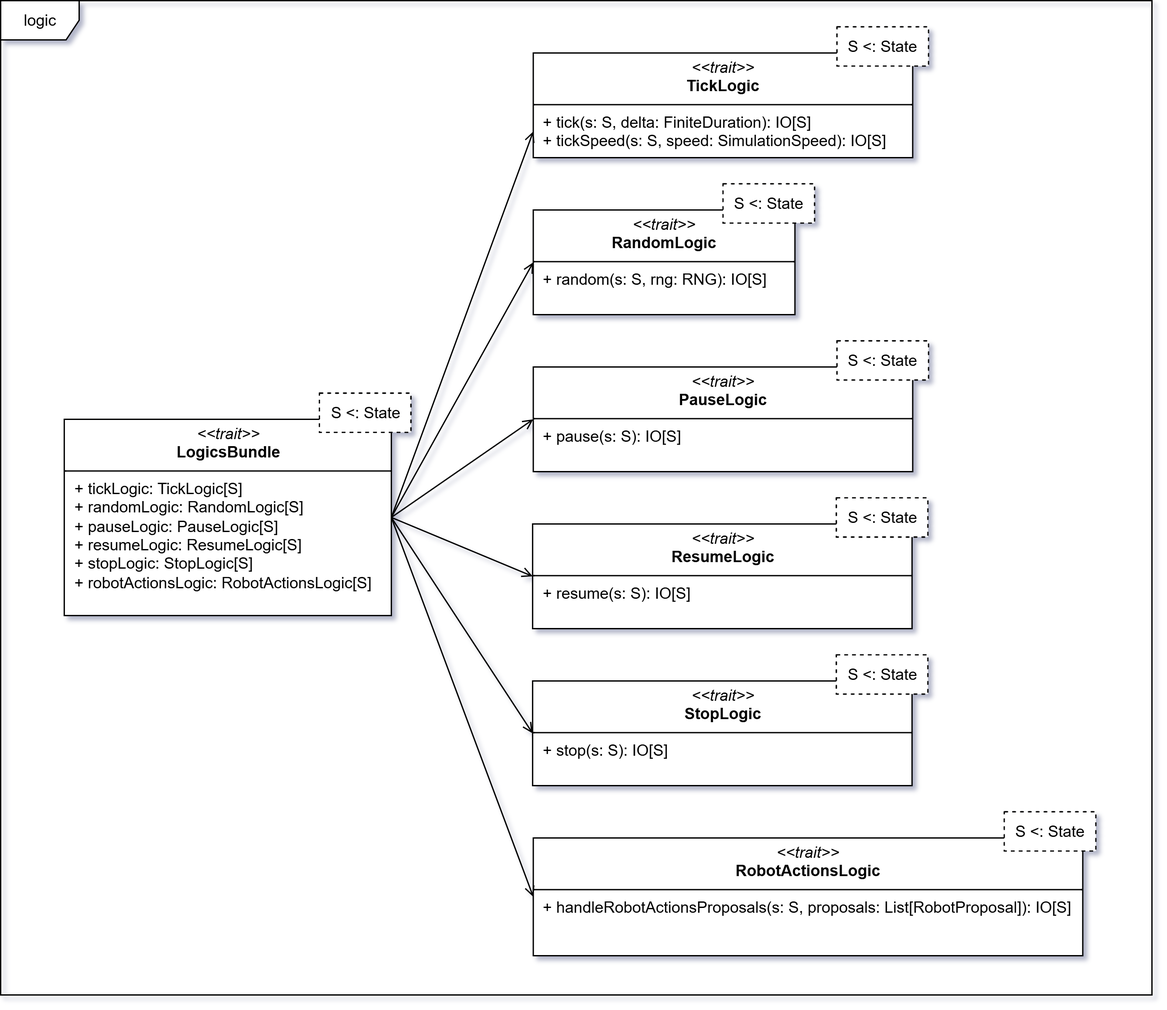
Scala-Robotics-Simulator/PPS-22-srs keeps this draw.io diagram as docs/static/img/04-detailed-design/logic.png. Above is the earlier version. Source tidied: cells renumbered, new cells last; positions are measured from the earlier drawing's top-left corner, leaving out a move shared by most shapes.
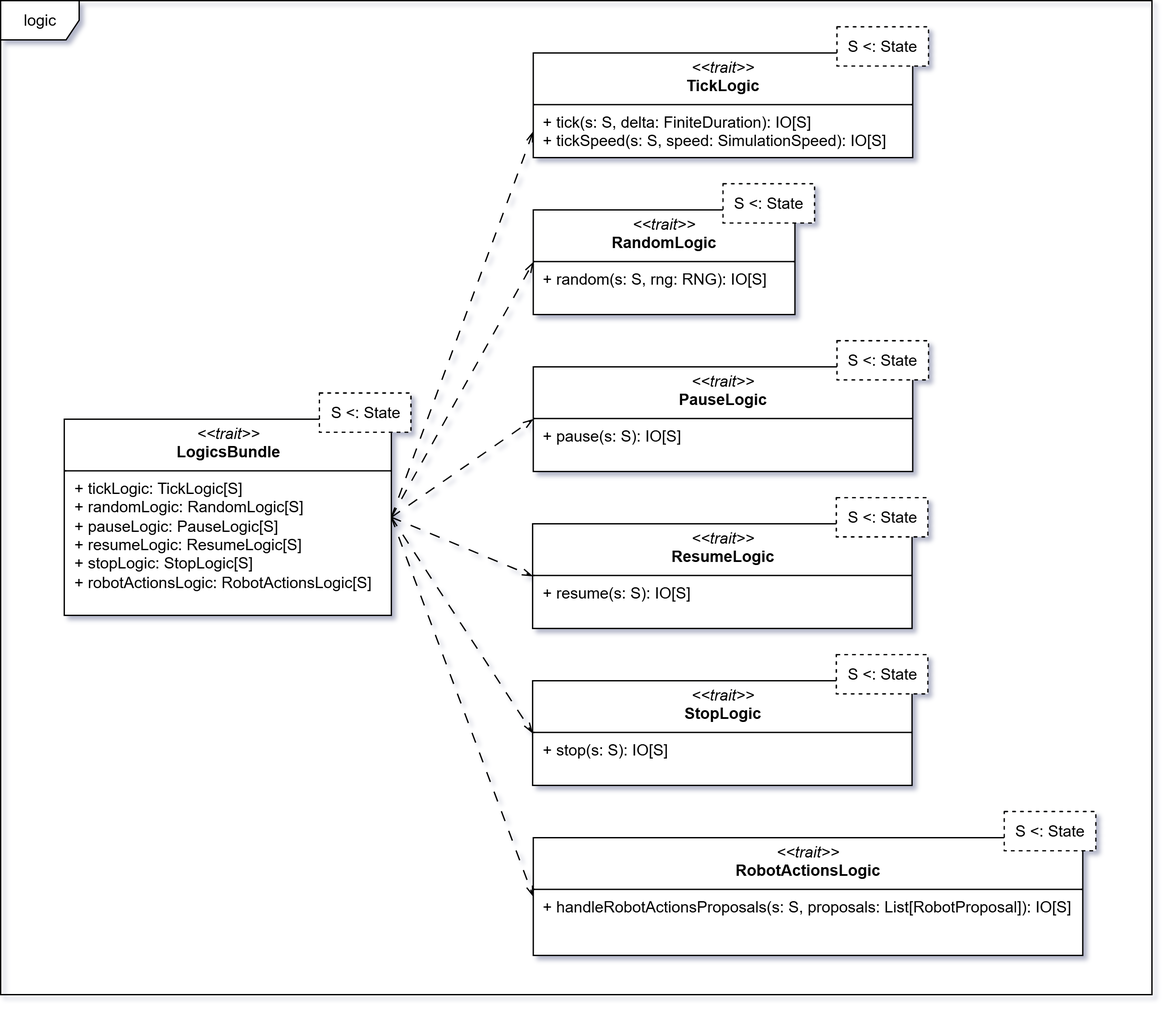
Later version of the same file.

The edit, as a diff of the source:
```diff
@@ -44,22 +44,22 @@
     <mxCell id="15" value="S &amp;lt;: State" style="rounded=0;whiteSpace=wrap;html=1;dashed=1;" parent="1" vertex="1">
       <mxGeometry x="767.1" y="620" width="70" height="30" as="geometry" />
     </mxCell>
-    <mxCell id="16" style="rounded=0;jettySize=auto;html=1;entryX=0;entryY=0.75;entryDx=0;entryDy=0;endArrow=open;endFill=0;exitX=1;exitY=0.5;exitDx=0;exitDy=0;" parent="1" edge="1" source="2" target="4">
+    <mxCell id="16" style="rounded=0;jettySize=auto;html=1;entryX=0;entryY=0.75;entryDx=0;entryDy=0;endArrow=openThin;endFill=0;exitX=1;exitY=0.5;exitDx=0;exitDy=0;dashed=1;dashPattern=8 8;" parent="1" edge="1" source="2" target="4">
       <mxGeometry relative="1" as="geometry" />
     </mxCell>
-    <mxCell id="17" style="rounded=0;jettySize=auto;html=1;entryX=0;entryY=0.5;entryDx=0;entryDy=0;endArrow=open;endFill=0;exitX=1;exitY=0.5;exitDx=0;exitDy=0;" parent="1" edge="1" source="2" target="6">
+    <mxCell id="17" style="rounded=0;jettySize=auto;html=1;entryX=0;entryY=0.5;entryDx=0;entryDy=0;endArrow=openThin;endFill=0;exitX=1;exitY=0.5;exitDx=0;exitDy=0;dashed=1;dashPattern=8 8;" parent="1" edge="1" source="2" target="6">
       <mxGeometry relative="1" as="geometry" />
     </mxCell>
-    <mxCell id="18" style="rounded=0;jettySize=auto;html=1;entryX=0;entryY=0.5;entryDx=0;entryDy=0;endArrow=open;endFill=0;exitX=1;exitY=0.5;exitDx=0;exitDy=0;" parent="1" edge="1" source="2" target="8">
+    <mxCell id="18" style="rounded=0;jettySize=auto;html=1;entryX=0;entryY=0.5;entryDx=0;entryDy=0;endArrow=openThin;endFill=0;exitX=1;exitY=0.5;exitDx=0;exitDy=0;dashed=1;dashPattern=8 8;" parent="1" edge="1" source="2" target="8">
       <mxGeometry relative="1" as="geometry" />
     </mxCell>
-    <mxCell id="19" style="rounded=0;jettySize=auto;html=1;entryX=0;entryY=0.5;entryDx=0;entryDy=0;endArrow=open;endFill=0;exitX=1;exitY=0.5;exitDx=0;exitDy=0;" parent="1" edge="1" source="2" target="10">
+    <mxCell id="19" style="rounded=0;jettySize=auto;html=1;entryX=0;entryY=0.5;entryDx=0;entryDy=0;endArrow=openThin;endFill=0;exitX=1;exitY=0.5;exitDx=0;exitDy=0;dashed=1;dashPattern=8 8;" parent="1" edge="1" source="2" target="10">
       <mxGeometry relative="1" as="geometry" />
     </mxCell>
-    <mxCell id="20" style="rounded=0;jettySize=auto;html=1;entryX=0;entryY=0.5;entryDx=0;entryDy=0;endArrow=open;endFill=0;exitX=1;exitY=0.5;exitDx=0;exitDy=0;" parent="1" edge="1" source="2" target="12">
+    <mxCell id="20" style="rounded=0;jettySize=auto;html=1;entryX=0;entryY=0.5;entryDx=0;entryDy=0;endArrow=openThin;endFill=0;exitX=1;exitY=0.5;exitDx=0;exitDy=0;dashed=1;dashPattern=8 8;" parent="1" edge="1" source="2" target="12">
       <mxGeometry relative="1" as="geometry" />
     </mxCell>
-    <mxCell id="21" style="rounded=0;jettySize=auto;html=1;entryX=0;entryY=0.5;entryDx=0;entryDy=0;endArrow=open;endFill=0;exitX=1;exitY=0.5;exitDx=0;exitDy=0;" parent="1" edge="1" source="2" target="14">
+    <mxCell id="21" style="rounded=0;jettySize=auto;html=1;entryX=0;entryY=0.5;entryDx=0;entryDy=0;endArrow=openThin;endFill=0;exitX=1;exitY=0.5;exitDx=0;exitDy=0;dashed=1;dashPattern=8 8;" parent="1" edge="1" source="2" target="14">
       <mxGeometry relative="1" as="geometry" />
     </mxCell>
     <mxCell id="22" value="logic" style="shape=umlFrame;whiteSpace=wrap;html=1;" parent="1" vertex="1">
```
